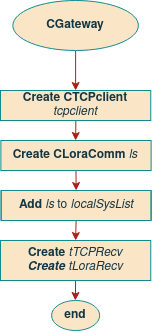
Earlier version of the draw.io export report/images/09sw_specification/Gateway/cgateway/constructor.png (ESRGgroup9/slipad). Source tidied: cells renumbered, new cells last; positions are measured from the earlier drawing's top-left corner, leaving out a move shared by most shapes.
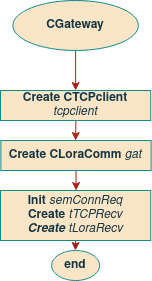
Above is the later version.

Change to the diagram source:
```diff
@@ -15,12 +15,14 @@
       </mxGeometry>
     </mxCell>
     <mxCell id="5" value="end" style="ellipse;whiteSpace=wrap;html=1;fillColor=#FAE5C7;strokeColor=#0F8B8D;fontColor=#143642;fontStyle=1;" parent="1" vertex="1">
-      <mxGeometry x="51.1" y="300" width="48" height="30" as="geometry" />
+      <mxGeometry x="51.1" y="250" width="48" height="30" as="geometry" />
     </mxCell>
-    <mxCell id="6" style="edgeStyle=orthogonalEdgeStyle;rounded=1;jettySize=auto;html=1;exitX=0.5;exitY=1;exitDx=0;exitDy=0;entryX=0.5;entryY=0;entryDx=0;entryDy=0;fontSize=10;strokeColor=#A8201A;" parent="1" edge="1" source="7" target="12">
-      <mxGeometry relative="1" as="geometry" />
+    <mxCell id="6" style="edgeStyle=orthogonalEdgeStyle;rounded=1;jettySize=auto;html=1;exitX=0.5;exitY=1;exitDx=0;exitDy=0;entryX=0.5;entryY=0;entryDx=0;entryDy=0;fontSize=10;strokeColor=#A8201A;" parent="1" edge="1" source="7">
+      <mxGeometry relative="1" as="geometry">
+        <mxPoint x="75.6" y="190" as="targetPoint" />
+      </mxGeometry>
     </mxCell>
-    <mxCell id="7" value="&lt;b&gt;Create&lt;/b&gt; &lt;b&gt;CLoraComm &lt;/b&gt;&lt;i&gt;ls&lt;/i&gt;&lt;br&gt;&lt;b&gt;&lt;/b&gt;" style="rounded=0;whiteSpace=wrap;html=1;sketch=0;fontColor=#143642;strokeColor=#0F8B8D;fillColor=#FAE5C7;" parent="1" vertex="1">
+    <mxCell id="7" value="&lt;b&gt;Create&lt;/b&gt; &lt;b&gt;CLoraComm &lt;/b&gt;&lt;i&gt;gat&lt;/i&gt;" style="rounded=0;whiteSpace=wrap;html=1;sketch=0;fontColor=#143642;strokeColor=#0F8B8D;fillColor=#FAE5C7;" parent="1" vertex="1">
       <mxGeometry x="0.4" y="140" width="150.2" height="30" as="geometry" />
     </mxCell>
     <mxCell id="8" value="&lt;b&gt;Create&lt;/b&gt; &lt;b&gt;CTCPclient &lt;/b&gt;&lt;i&gt;tcpclient&lt;/i&gt;" style="rounded=0;whiteSpace=wrap;html=1;sketch=0;fontColor=#143642;strokeColor=#0F8B8D;fillColor=#FAE5C7;" parent="1" vertex="1">
@@ -28,17 +30,11 @@
     </mxCell>
     <mxCell id="9" style="edgeStyle=orthogonalEdgeStyle;rounded=1;jettySize=auto;html=1;exitX=0.5;exitY=1;exitDx=0;exitDy=0;entryX=0.5;entryY=0;entryDx=0;entryDy=0;fontSize=10;strokeColor=#A8201A;" parent="1" edge="1" source="10">
       <mxGeometry relative="1" as="geometry">
-        <mxPoint x="74.9" y="300" as="targetPoint" />
+        <mxPoint x="74.9" y="250" as="targetPoint" />
       </mxGeometry>
     </mxCell>
-    <mxCell id="10" value="&lt;div&gt;&lt;b&gt;Create&lt;/b&gt; &lt;i&gt;tTCPRecv&lt;/i&gt;&lt;/div&gt;&lt;div&gt;&lt;i&gt;&lt;b&gt;Create &lt;/b&gt;tLoraRecv&lt;br&gt;&lt;/i&gt;&lt;/div&gt;" style="rounded=0;whiteSpace=wrap;html=1;sketch=0;fontColor=#143642;strokeColor=#0F8B8D;fillColor=#FAE5C7;" parent="1" vertex="1">
-      <mxGeometry y="240" width="150.2" height="40" as="geometry" />
+    <mxCell id="10" value="&lt;div&gt;&lt;b&gt;Init &lt;/b&gt;&lt;i&gt;semConnReq&lt;/i&gt;&lt;/div&gt;&lt;div&gt;&lt;b&gt;Create&lt;/b&gt; &lt;i&gt;tTCPRecv&lt;/i&gt;&lt;/div&gt;&lt;div&gt;&lt;i&gt;&lt;b&gt;Create &lt;/b&gt;tLoraRecv&lt;br&gt;&lt;/i&gt;&lt;/div&gt;" style="rounded=0;whiteSpace=wrap;html=1;sketch=0;fontColor=#143642;strokeColor=#0F8B8D;fillColor=#FAE5C7;" parent="1" vertex="1">
+      <mxGeometry y="190" width="150.2" height="50" as="geometry" />
     </mxCell>
-    <mxCell id="11" style="edgeStyle=orthogonalEdgeStyle;rounded=1;jettySize=auto;html=1;exitX=0.5;exitY=1;exitDx=0;exitDy=0;entryX=0.5;entryY=0;entryDx=0;entryDy=0;strokeColor=#A8201A;" parent="1" edge="1" source="12" target="10">
-      <mxGeometry relative="1" as="geometry" />
-    </mxCell>
-    <mxCell id="12" value="&lt;b&gt;Add &lt;/b&gt;&lt;i&gt;ls &lt;/i&gt;to &lt;i&gt;localSysList&lt;/i&gt; " style="shape=process;whiteSpace=wrap;html=1;backgroundOutline=1;rounded=0;sketch=0;fontColor=#143642;strokeColor=#0F8B8D;fillColor=#FAE5C7;size=0;" parent="1" vertex="1">
-      <mxGeometry x="0.6" y="190" width="150" height="30" as="geometry" />
-    </mxCell>
   </root>
 </mxGraphModel>
```
